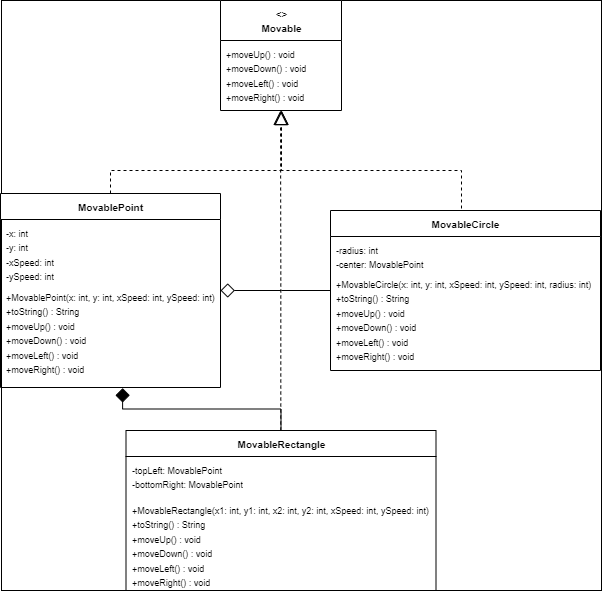
This is src/practice2/part1/UML Movable.drawio.png from 0Toxich0/OOAP, a draw.io export, as it was before one commit. Source tidied: cells renumbered, new cells last; positions are measured from the earlier drawing's top-left corner, leaving out a move shared by most shapes.
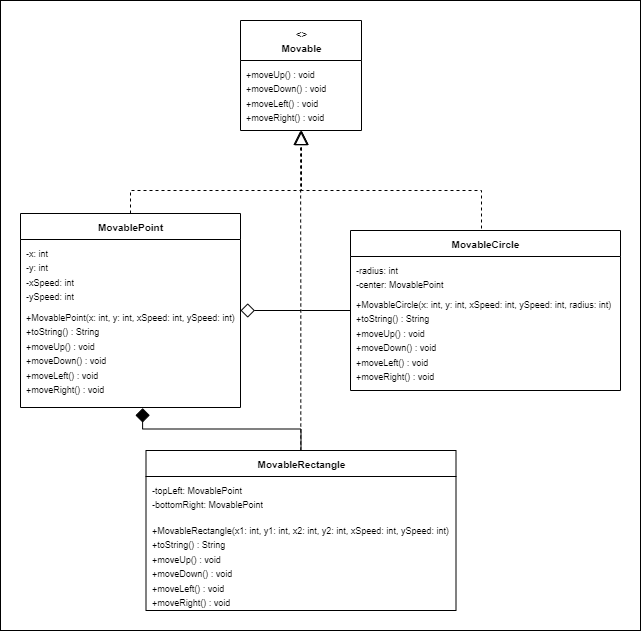
The same diagram one commit later.

Diff of the diagram source:
```diff
@@ -2,16 +2,19 @@
   <root>
     <mxCell id="0" />
     <mxCell id="1" parent="0" />
+    <mxCell id="19" style="group;" parent="1" vertex="1">
+      <mxGeometry x="-26" y="20" width="620" height="610" as="geometry" />
+    </mxCell>
-    <mxCell id="2" style="rounded=0;whiteSpace=wrap;html=1;labelBackgroundColor=none;" parent="1" vertex="1">
-      <mxGeometry x="1" width="600" height="590" as="geometry" />
+    <mxCell id="2" style="rounded=0;whiteSpace=wrap;html=1;labelBackgroundColor=none;" parent="19" vertex="1">
+      <mxGeometry x="-20" y="-20" width="640" height="630" as="geometry" />
     </mxCell>
-    <mxCell id="3" value="&lt;font style=&quot;font-size: 10px;&quot;&gt;&amp;lt;&amp;gt;&lt;br&gt;Movable&lt;/font&gt;" style="swimlane;fontStyle=1;align=center;verticalAlign=top;horizontal=1;startSize=40;html=1;labelBackgroundColor=none;rounded=0;" parent="1" vertex="1">
+    <mxCell id="3" value="&lt;font style=&quot;font-size: 10px;&quot;&gt;&amp;lt;&amp;gt;&lt;br&gt;Movable&lt;/font&gt;" style="swimlane;fontStyle=1;align=center;verticalAlign=top;horizontal=1;startSize=40;html=1;labelBackgroundColor=none;rounded=0;" parent="19" vertex="1">
       <mxGeometry x="220" width="121" height="110" as="geometry" />
     </mxCell>
     <mxCell id="4" value="&lt;font style=&quot;font-size: 9px;&quot;&gt;+moveUp() : void&lt;br&gt;+moveDown() : void&lt;br&gt;+moveLeft() : void&lt;br&gt;+moveRight() : void&lt;/font&gt;" style="text;strokeColor=none;fillColor=none;align=left;verticalAlign=top;spacingLeft=4;spacingRight=4;overflow=hidden;html=1;labelBackgroundColor=none;rounded=0;" parent="3" vertex="1">
       <mxGeometry y="40" width="121" height="70" as="geometry" />
     </mxCell>
-    <mxCell id="5" value="&lt;font style=&quot;font-size: 10px;&quot;&gt;MovablePoint&lt;/font&gt;" style="swimlane;fontStyle=1;align=center;verticalAlign=top;horizontal=1;startSize=26;html=1;labelBackgroundColor=none;rounded=0;" parent="1" vertex="1">
+    <mxCell id="5" value="&lt;font style=&quot;font-size: 10px;&quot;&gt;MovablePoint&lt;/font&gt;" style="swimlane;fontStyle=1;align=center;verticalAlign=top;horizontal=1;startSize=26;html=1;labelBackgroundColor=none;rounded=0;" parent="19" vertex="1">
       <mxGeometry y="193" width="220" height="194" as="geometry" />
     </mxCell>
     <mxCell id="6" value="&lt;font face=&quot;Helvetica&quot; style=&quot;font-size: 9px;&quot;&gt;-x: int&lt;br&gt;-y: int&lt;br&gt;-xSpeed: int&lt;br&gt;-ySpeed: int&lt;/font&gt;" style="text;strokeColor=none;fillColor=none;align=left;verticalAlign=top;spacingLeft=4;spacingRight=4;overflow=hidden;html=1;labelBackgroundColor=none;rounded=0;" parent="5" vertex="1">
@@ -20,7 +23,7 @@
     <mxCell id="7" value="&lt;font style=&quot;font-size: 9px;&quot;&gt;+MovablePoint(x: int, y: int, xSpeed: int, ySpeed: int)&lt;br&gt;+toString() : String&lt;br&gt;+moveUp() : void&lt;br&gt;+moveDown() : void&lt;br&gt;+moveLeft() : void&lt;br&gt;+moveRight() : void&lt;/font&gt;" style="text;strokeColor=none;fillColor=none;align=left;verticalAlign=top;spacingLeft=4;spacingRight=4;overflow=hidden;points=[[0,0.5],[1,0.5]];portConstraint=eastwest;html=1;labelBackgroundColor=none;rounded=0;" parent="5" vertex="1">
       <mxGeometry y="90" width="220" height="104" as="geometry" />
     </mxCell>
-    <mxCell id="8" value="&lt;font style=&quot;font-size: 10px;&quot;&gt;MovableCircle&lt;/font&gt;" style="swimlane;fontStyle=1;align=center;verticalAlign=top;horizontal=1;startSize=26;html=1;labelBackgroundColor=none;rounded=0;" parent="1" vertex="1">
+    <mxCell id="8" value="&lt;font style=&quot;font-size: 10px;&quot;&gt;MovableCircle&lt;/font&gt;" style="swimlane;fontStyle=1;align=center;verticalAlign=top;horizontal=1;startSize=26;html=1;labelBackgroundColor=none;rounded=0;" parent="19" vertex="1">
       <mxGeometry x="330" y="210" width="270" height="160" as="geometry" />
     </mxCell>
     <mxCell id="9" value="&lt;font style=&quot;font-size: 9px;&quot;&gt;-radius: int&lt;br&gt;-center: MovablePoint&lt;/font&gt;" style="text;strokeColor=none;fillColor=none;align=left;verticalAlign=top;spacingLeft=4;spacingRight=4;overflow=hidden;html=1;labelBackgroundColor=none;rounded=0;" parent="8" vertex="1">
@@ -29,7 +32,7 @@
     <mxCell id="10" value="&lt;font style=&quot;font-size: 9px;&quot;&gt;+MovableCircle(x: int, y: int, xSpeed: int, ySpeed: int, radius: int)&lt;br&gt;+toString() : String&lt;br&gt;+moveUp() : void&lt;br&gt;+moveDown() : void&lt;br&gt;+moveLeft() : void&lt;br&gt;+moveRight() : void&lt;/font&gt;" style="text;strokeColor=none;fillColor=none;align=left;verticalAlign=top;spacingLeft=4;spacingRight=4;overflow=hidden;html=1;labelBackgroundColor=none;rounded=0;" parent="8" vertex="1">
       <mxGeometry y="60" width="270" height="100" as="geometry" />
     </mxCell>
-    <mxCell id="11" value="&lt;font style=&quot;font-size: 10px;&quot;&gt;MovableRectangle&lt;/font&gt;" style="swimlane;fontStyle=1;align=center;verticalAlign=top;horizontal=1;startSize=26;html=1;labelBackgroundColor=none;rounded=0;" parent="1" vertex="1">
+    <mxCell id="11" value="&lt;font style=&quot;font-size: 10px;&quot;&gt;MovableRectangle&lt;/font&gt;" style="swimlane;fontStyle=1;align=center;verticalAlign=top;horizontal=1;startSize=26;html=1;labelBackgroundColor=none;rounded=0;" parent="19" vertex="1">
       <mxGeometry x="125.5" y="430" width="310" height="160" as="geometry" />
     </mxCell>
     <mxCell id="12" value="&lt;font style=&quot;font-size: 9px;&quot;&gt;-topLeft: MovablePoint&lt;br&gt;-bottomRight: MovablePoint&lt;/font&gt;" style="text;strokeColor=none;fillColor=none;align=left;verticalAlign=top;spacingLeft=4;spacingRight=4;overflow=hidden;html=1;labelBackgroundColor=none;rounded=0;" parent="11" vertex="1">
@@ -38,7 +41,7 @@
     <mxCell id="13" value="&lt;font style=&quot;font-size: 9px;&quot;&gt;+MovableRectangle(x1: int, y1: int, x2: int, y2: int, xSpeed: int, ySpeed: int)&lt;br&gt;+toString() : String&lt;br&gt;+moveUp() : void&lt;br&gt;+moveDown() : void&lt;br&gt;+moveLeft() : void&lt;br&gt;+moveRight() : void&lt;/font&gt;" style="text;strokeColor=none;fillColor=none;align=left;verticalAlign=top;spacingLeft=4;spacingRight=4;overflow=hidden;html=1;labelBackgroundColor=none;rounded=0;" parent="11" vertex="1">
       <mxGeometry y="66" width="310" height="94" as="geometry" />
     </mxCell>
-    <mxCell id="14" style="endArrow=diamond;endFill=0;endSize=12;html=1;edgeStyle=orthogonalEdgeStyle;labelBackgroundColor=none;fontColor=default;rounded=0;" parent="1" edge="1" source="8" target="5">
+    <mxCell id="14" style="endArrow=diamond;endFill=0;endSize=12;html=1;edgeStyle=orthogonalEdgeStyle;labelBackgroundColor=none;fontColor=default;rounded=0;" parent="19" edge="1" source="8" target="5">
       <mxGeometry relative="1" as="geometry">
         <Array as="points">
           <mxPoint x="281" y="290" />
@@ -46,10 +49,10 @@
         </Array>
       </mxGeometry>
     </mxCell>
-    <mxCell id="15" style="endArrow=diamond;endFill=1;endSize=12;html=1;edgeStyle=orthogonalEdgeStyle;entryX=0.555;entryY=1.006;entryDx=0;entryDy=0;entryPerimeter=0;labelBackgroundColor=none;fontColor=default;rounded=0;" parent="1" edge="1" source="11" target="7">
+    <mxCell id="15" style="endArrow=diamond;endFill=1;endSize=12;html=1;edgeStyle=orthogonalEdgeStyle;entryX=0.555;entryY=1.006;entryDx=0;entryDy=0;entryPerimeter=0;labelBackgroundColor=none;fontColor=default;rounded=0;" parent="19" edge="1" source="11" target="7">
       <mxGeometry relative="1" as="geometry" />
     </mxCell>
-    <mxCell id="16" style="endArrow=block;dashed=1;endFill=0;endSize=12;html=1;rounded=0;exitX=0.5;exitY=0;exitDx=0;exitDy=0;edgeStyle=orthogonalEdgeStyle;labelBackgroundColor=none;fontColor=default;" parent="1" edge="1" source="5">
+    <mxCell id="16" style="endArrow=block;dashed=1;endFill=0;endSize=12;html=1;rounded=0;exitX=0.5;exitY=0;exitDx=0;exitDy=0;edgeStyle=orthogonalEdgeStyle;labelBackgroundColor=none;fontColor=default;" parent="19" edge="1" source="5">
       <mxGeometry relative="1" as="geometry">
         <mxPoint x="281" y="110" as="targetPoint" />
         <Array as="points">
@@ -58,7 +61,7 @@
         </Array>
       </mxGeometry>
     </mxCell>
-    <mxCell id="17" style="endArrow=block;dashed=1;endFill=0;endSize=12;html=1;rounded=0;exitX=0.5;exitY=0;exitDx=0;exitDy=0;edgeStyle=orthogonalEdgeStyle;labelBackgroundColor=none;fontColor=default;" parent="1" edge="1" source="8">
+    <mxCell id="17" style="endArrow=block;dashed=1;endFill=0;endSize=12;html=1;rounded=0;exitX=0.5;exitY=0;exitDx=0;exitDy=0;edgeStyle=orthogonalEdgeStyle;labelBackgroundColor=none;fontColor=default;" parent="19" edge="1" source="8">
       <mxGeometry relative="1" as="geometry">
         <mxPoint x="281" y="110" as="targetPoint" />
         <Array as="points">
@@ -68,7 +71,7 @@
         </Array>
       </mxGeometry>
     </mxCell>
-    <mxCell id="18" style="endArrow=block;dashed=1;endFill=0;endSize=12;html=1;rounded=0;exitX=0.5;exitY=0;exitDx=0;exitDy=0;edgeStyle=orthogonalEdgeStyle;labelBackgroundColor=none;fontColor=default;" parent="1" edge="1">
+    <mxCell id="18" style="endArrow=block;dashed=1;endFill=0;endSize=12;html=1;rounded=0;exitX=0.5;exitY=0;exitDx=0;exitDy=0;edgeStyle=orthogonalEdgeStyle;labelBackgroundColor=none;fontColor=default;" parent="19" edge="1">
       <mxGeometry relative="1" as="geometry">
         <mxPoint x="280.3" y="430" as="sourcePoint" />
         <mxPoint x="280" y="110" as="targetPoint" />
```
